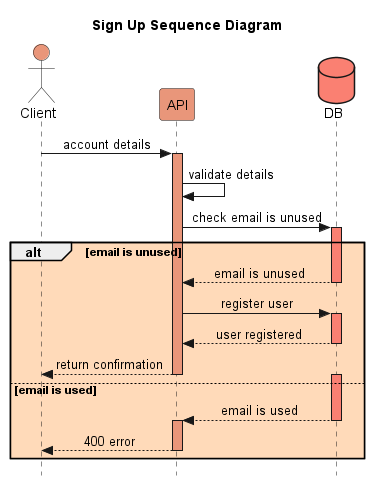
This is images/Sign up diagram.png from Arquisoft/wiq_en2b, a PlantUML export, as it was before one commit.
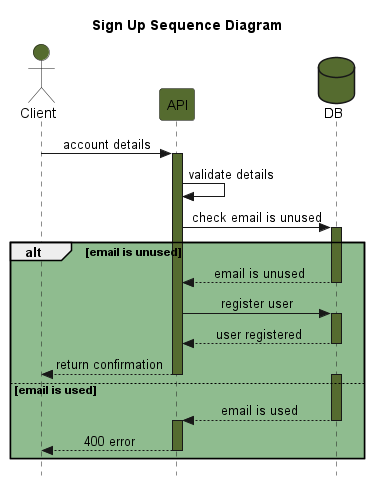
The same diagram one commit later.

What changed in the source:
```diff
@@ -1,31 +1,31 @@
 @startuml sign up
 title Sign Up Sequence Diagram
-actor Client #darksalmon
-participant API #darksalmon
-database DB #salmon
+actor Client #darkolivegreen
+participant API #darkolivegreen
+database DB #darkolivegreen
 skinparam Style strictuml
 skinparam SequenceMessageAlignment center
 
 Client -> API : account details
-activate API #darksalmon
+activate API #darkolivegreen
 API -> API : validate details
 API -> DB  : check email is unused
-alt #PeachPuff email is unused
-    activate DB #salmon
+alt #darkseagreen email is unused
+    activate DB #darkolivegreen
     DB --> API  : email is unused
     deactivate DB
 
     API -> DB  : register user
-    activate DB #salmon
+    activate DB #darkolivegreen
     DB --> API  : user registered
     deactivate DB
     API --> Client  : return confirmation
     deactivate API
 else email is used
-    activate DB #salmon
+    activate DB #darkolivegreen
     DB --> API  : email is used
     deactivate DB
-    activate API #darksalmon
+    activate API #darkolivegreen
     API --> Client  : 400 error
     deactivate API
 end
```
